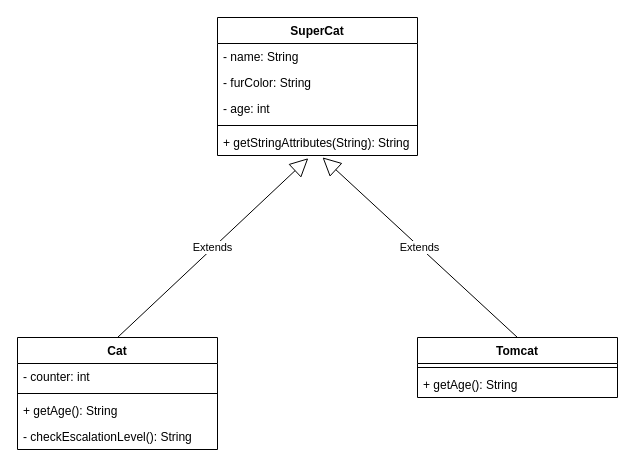
Earlier version of the draw.io diagram page "SuperCat" (4 of 4) of cat.drawio (Tom-Ferx/03a_Inheritance_Vererbung). Source tidied: cells renumbered, new cells numbered last; positions are measured from the earlier drawing's top-left corner, leaving out a move shared by most shapes. Both pictures are drawn from the tidied source at 100%, with x=0, y=0 at pixel (17, 17).
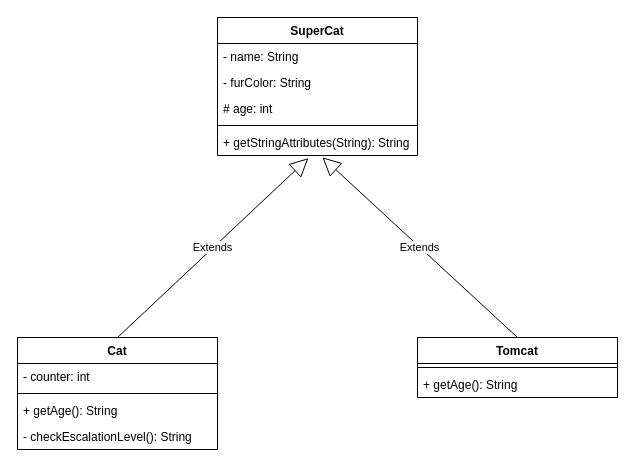
The same diagram, later.

The edit, as a diff of the source:
```diff
@@
 <mxGraphModel>
   <root>
     <mxCell id="0" />
     <mxCell id="1" parent="0" />
     <mxCell id="2" value="Cat" style="swimlane;fontStyle=1;align=center;verticalAlign=top;horizontal=1;startSize=26;" parent="1" vertex="1">
       <mxGeometry y="320" width="200" height="112" as="geometry" />
     </mxCell>
     <mxCell id="3" value="- counter: int" style="text;strokeColor=none;fillColor=none;align=left;verticalAlign=top;spacingLeft=4;spacingRight=4;overflow=hidden;" parent="2" vertex="1">
       <mxGeometry y="26" width="200" height="26" as="geometry" />
     </mxCell>
     <mxCell id="4" style="line;strokeWidth=1;fillColor=none;align=left;verticalAlign=middle;spacingTop=-1;spacingLeft=3;spacingRight=3;labelPosition=right;" parent="2" vertex="1">
       <mxGeometry y="52" width="200" height="8" as="geometry" />
     </mxCell>
     <mxCell id="5" value="+ getAge(): String" style="text;strokeColor=none;fillColor=none;align=left;verticalAlign=top;spacingLeft=4;spacingRight=4;overflow=hidden;" parent="2" vertex="1">
       <mxGeometry y="60" width="200" height="26" as="geometry" />
     </mxCell>
     <mxCell id="6" value="- checkEscalationLevel(): String" style="text;strokeColor=none;fillColor=none;align=left;verticalAlign=top;spacingLeft=4;spacingRight=4;overflow=hidden;" parent="2" vertex="1">
       <mxGeometry y="86" width="200" height="26" as="geometry" />
     </mxCell>
     <mxCell id="7" value="Tomcat" style="swimlane;fontStyle=1;align=center;verticalAlign=top;horizontal=1;startSize=26;" parent="1" vertex="1">
       <mxGeometry x="400" y="320" width="200" height="60" as="geometry" />
     </mxCell>
     <mxCell id="8" style="line;strokeWidth=1;fillColor=none;align=left;verticalAlign=middle;spacingTop=-1;spacingLeft=3;spacingRight=3;labelPosition=right;" parent="7" vertex="1">
       <mxGeometry y="26" width="200" height="8" as="geometry" />
     </mxCell>
     <mxCell id="9" value="+ getAge(): String" style="text;strokeColor=none;fillColor=none;align=left;verticalAlign=top;spacingLeft=4;spacingRight=4;overflow=hidden;" parent="7" vertex="1">
       <mxGeometry y="34" width="200" height="26" as="geometry" />
     </mxCell>
     <mxCell id="10" value="SuperCat" style="swimlane;fontStyle=1;align=center;verticalAlign=top;horizontal=1;startSize=26;" parent="1" vertex="1">
       <mxGeometry x="200" width="200" height="138" as="geometry" />
     </mxCell>
     <mxCell id="11" value="- name: String" style="text;strokeColor=none;fillColor=none;align=left;verticalAlign=top;spacingLeft=4;spacingRight=4;overflow=hidden;" parent="10" vertex="1">
       <mxGeometry y="26" width="200" height="26" as="geometry" />
     </mxCell>
     <mxCell id="12" value="- furColor: String" style="text;strokeColor=none;fillColor=none;align=left;verticalAlign=top;spacingLeft=4;spacingRight=4;overflow=hidden;" parent="10" vertex="1">
       <mxGeometry y="52" width="200" height="26" as="geometry" />
     </mxCell>
-    <mxCell id="13" value="- age: int" style="text;strokeColor=none;fillColor=none;align=left;verticalAlign=top;spacingLeft=4;spacingRight=4;overflow=hidden;" parent="10" vertex="1">
+    <mxCell id="13" value="# age: int" style="text;strokeColor=none;fillColor=none;align=left;verticalAlign=top;spacingLeft=4;spacingRight=4;overflow=hidden;" parent="10" vertex="1">
       <mxGeometry y="78" width="200" height="26" as="geometry" />
     </mxCell>
     <mxCell id="14" style="line;strokeWidth=1;fillColor=none;align=left;verticalAlign=middle;spacingTop=-1;spacingLeft=3;spacingRight=3;labelPosition=right;" parent="10" vertex="1">
       <mxGeometry y="104" width="200" height="8" as="geometry" />
     </mxCell>
     <mxCell id="15" value="+ getStringAttributes(String): String" style="text;strokeColor=none;fillColor=none;align=left;verticalAlign=top;spacingLeft=4;spacingRight=4;overflow=hidden;points=[[0,0.5],[1,0.5]];portConstraint=eastwest;" parent="10" vertex="1">
       <mxGeometry y="112" width="200" height="26" as="geometry" />
     </mxCell>
     <mxCell id="16" value="Extends" style="endArrow=block;endSize=16;endFill=0;html=1;exitX=0.5;exitY=0;exitDx=0;exitDy=0;entryX=0.454;entryY=1.104;entryDx=0;entryDy=0;entryPerimeter=0;" parent="1" edge="1" source="2" target="15">
       <mxGeometry relative="1" as="geometry" />
     </mxCell>
     <mxCell id="17" value="Extends" style="endArrow=block;endSize=16;endFill=0;html=1;exitX=0.5;exitY=0;exitDx=0;exitDy=0;entryX=0.525;entryY=1.072;entryDx=0;entryDy=0;entryPerimeter=0;" parent="1" edge="1" source="7" target="15">
       <mxGeometry relative="1" as="geometry" />
     </mxCell>
   </root>
 </mxGraphModel>
```
